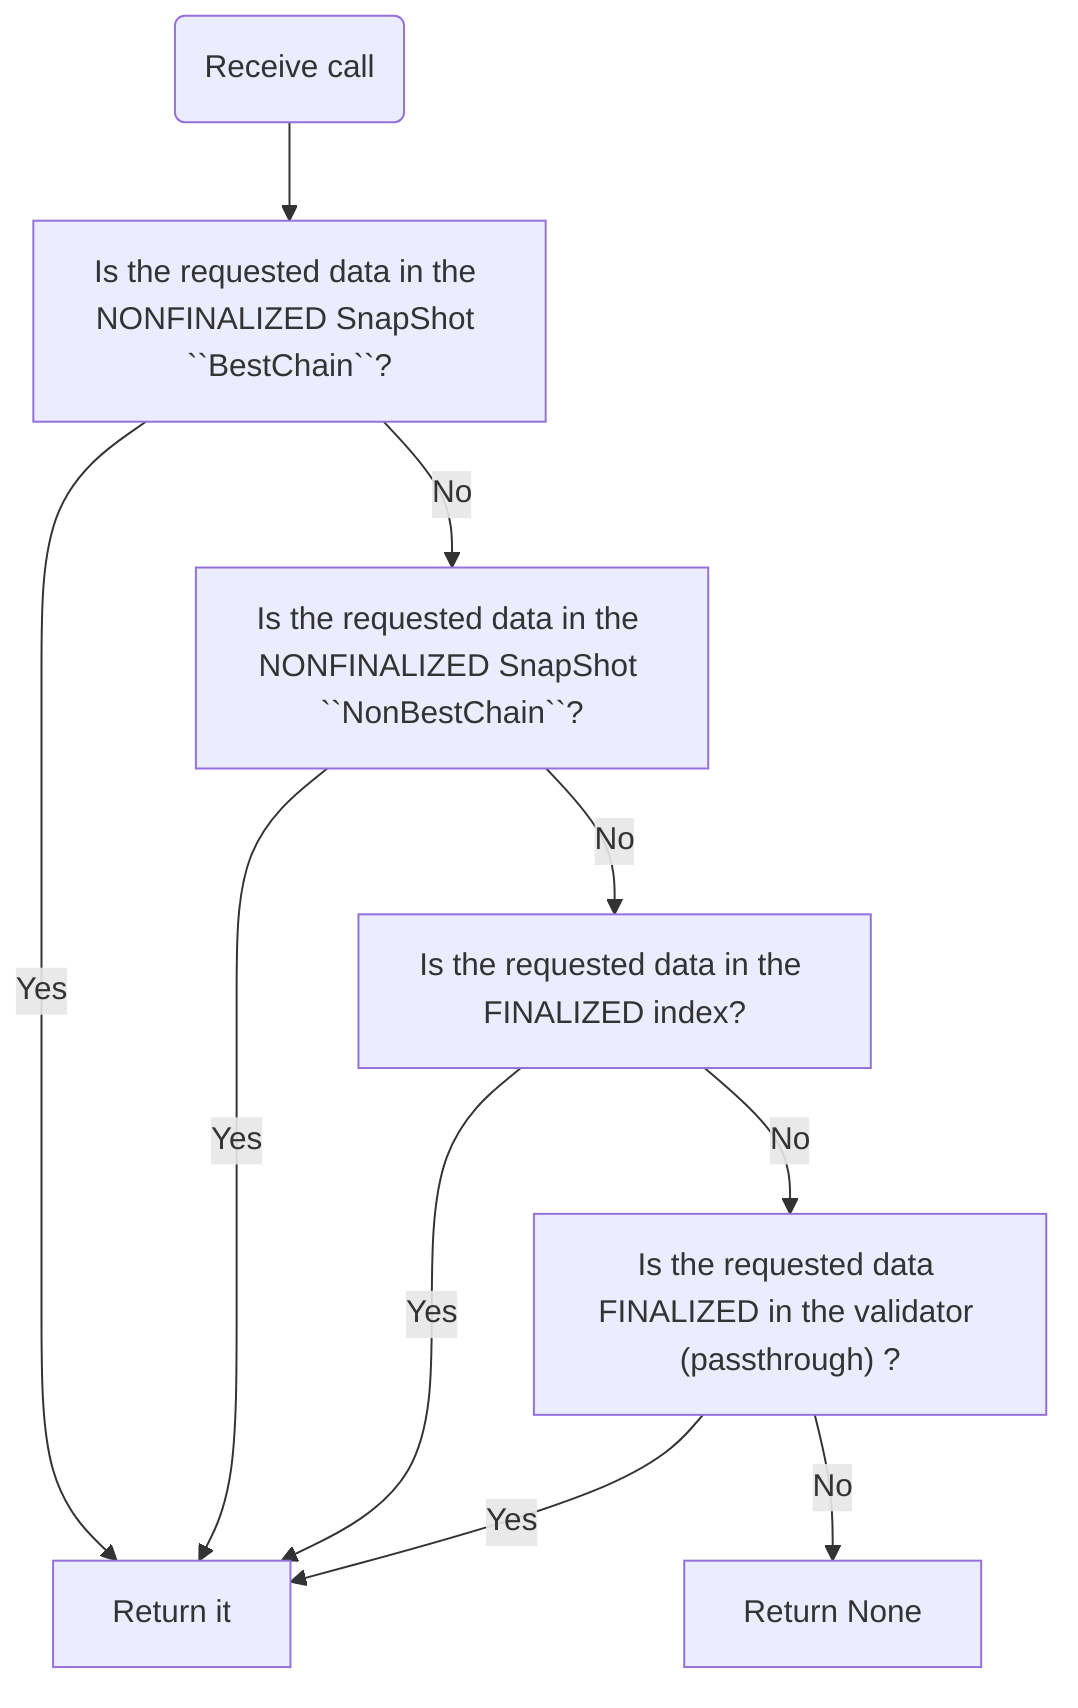
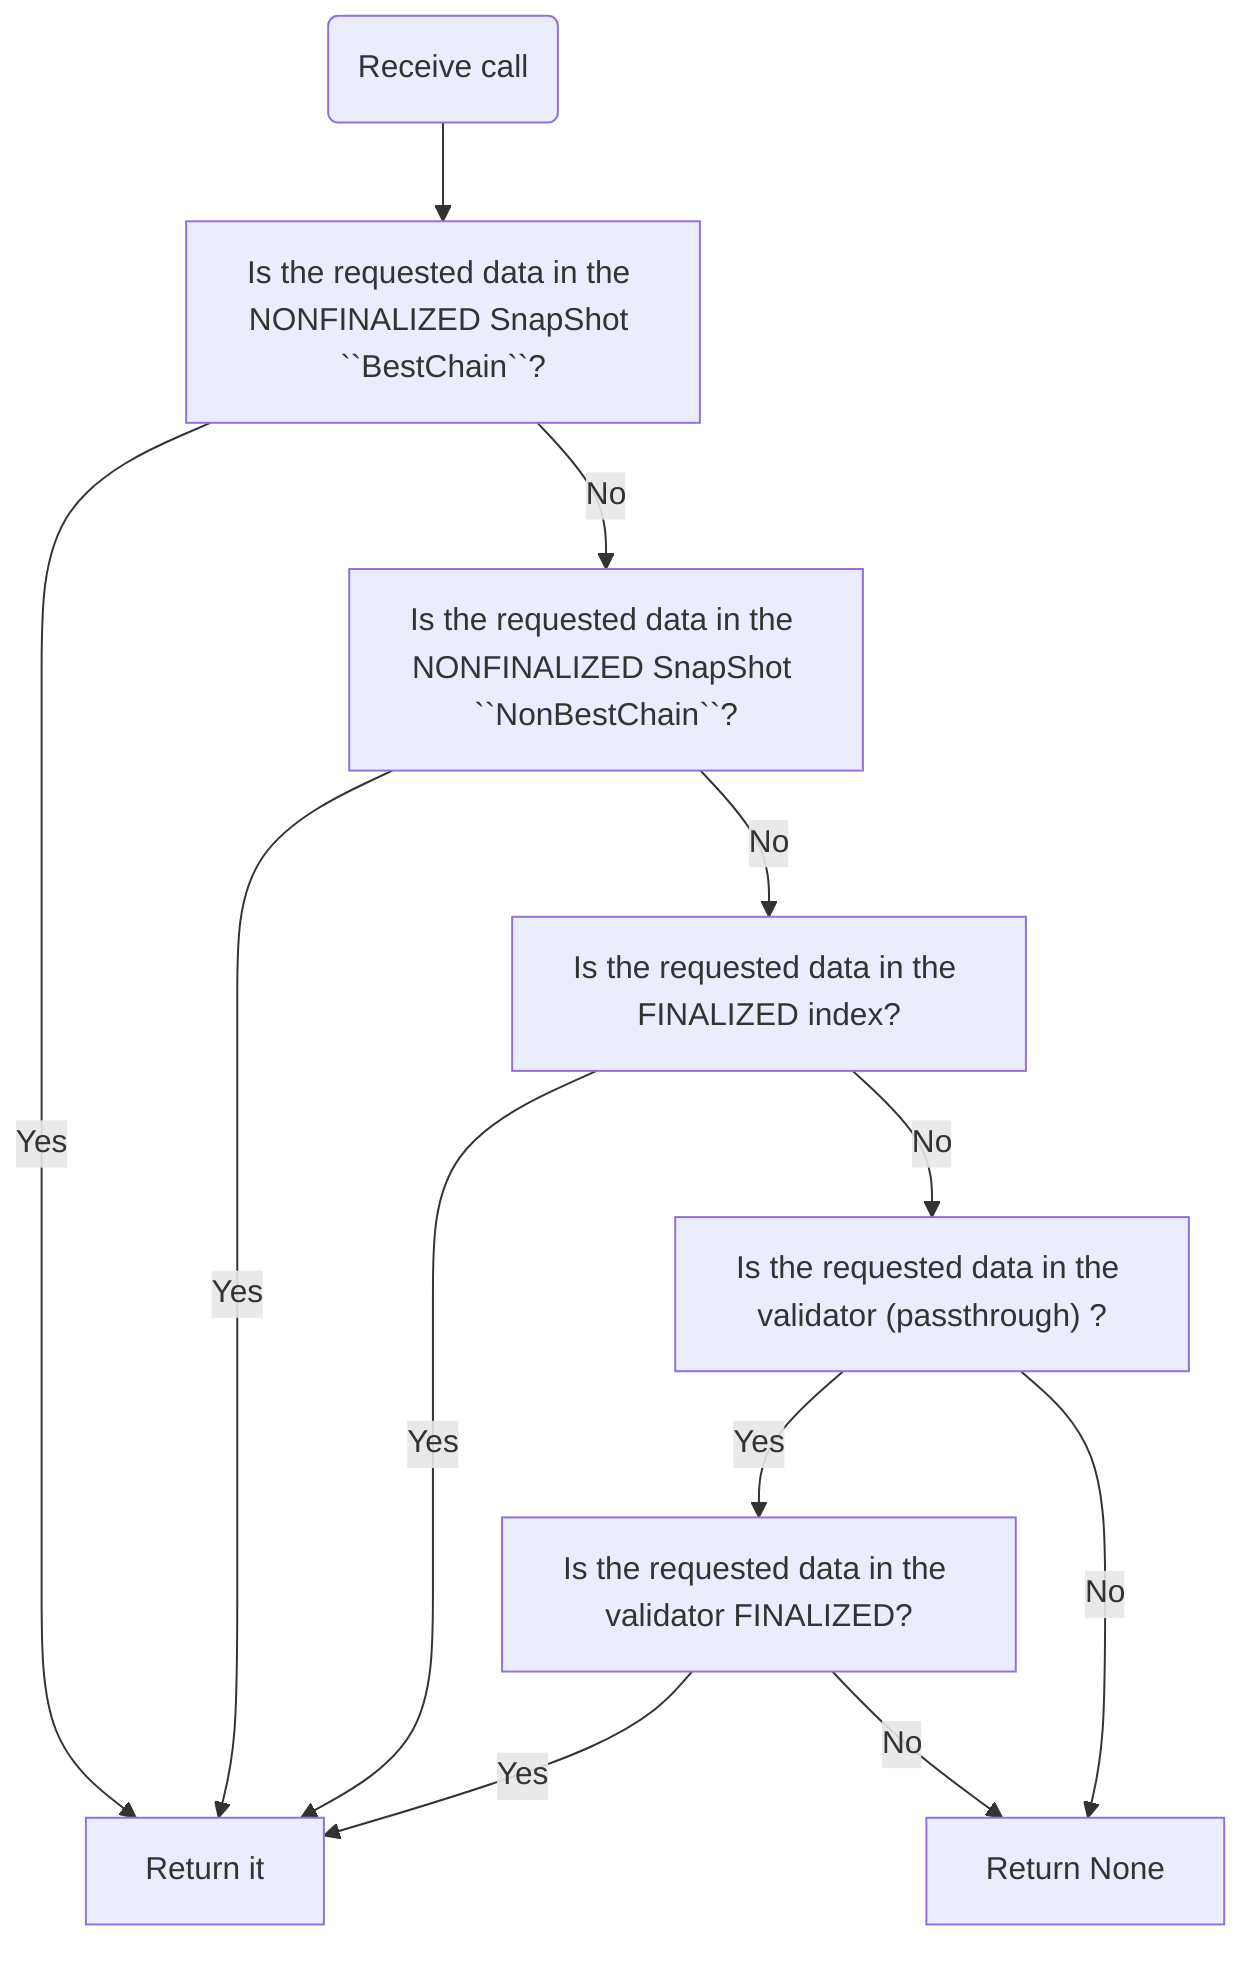
flowchart TD
    R[Return it]
    A(Receive call)
    A --> B
    B["Is the requested data in the NONFINALIZED SnapShot ``BestChain``?"]
    B --> |Yes| R
    B --> |No| C
    C["Is the requested data in the NONFINALIZED SnapShot ``NonBestChain``?"]
    C --> |Yes| R
    C --> |No| D
    D[Is the requested data in the FINALIZED index?]
    D -->|Yes| R
    D --> |No| E
-     E["Is the requested data FINALIZED in the validator (passthrough) ?"]
-     E -->|Yes| R
+     E["Is the requested data in the validator (passthrough) ?"]
+     E -->|Yes| finalized
    E --> |No| N
+     finalized["Is the requested data in the validator FINALIZED?"]
+     finalized --> |Yes| R
+     finalized --> |No| N
    N[Return None]

